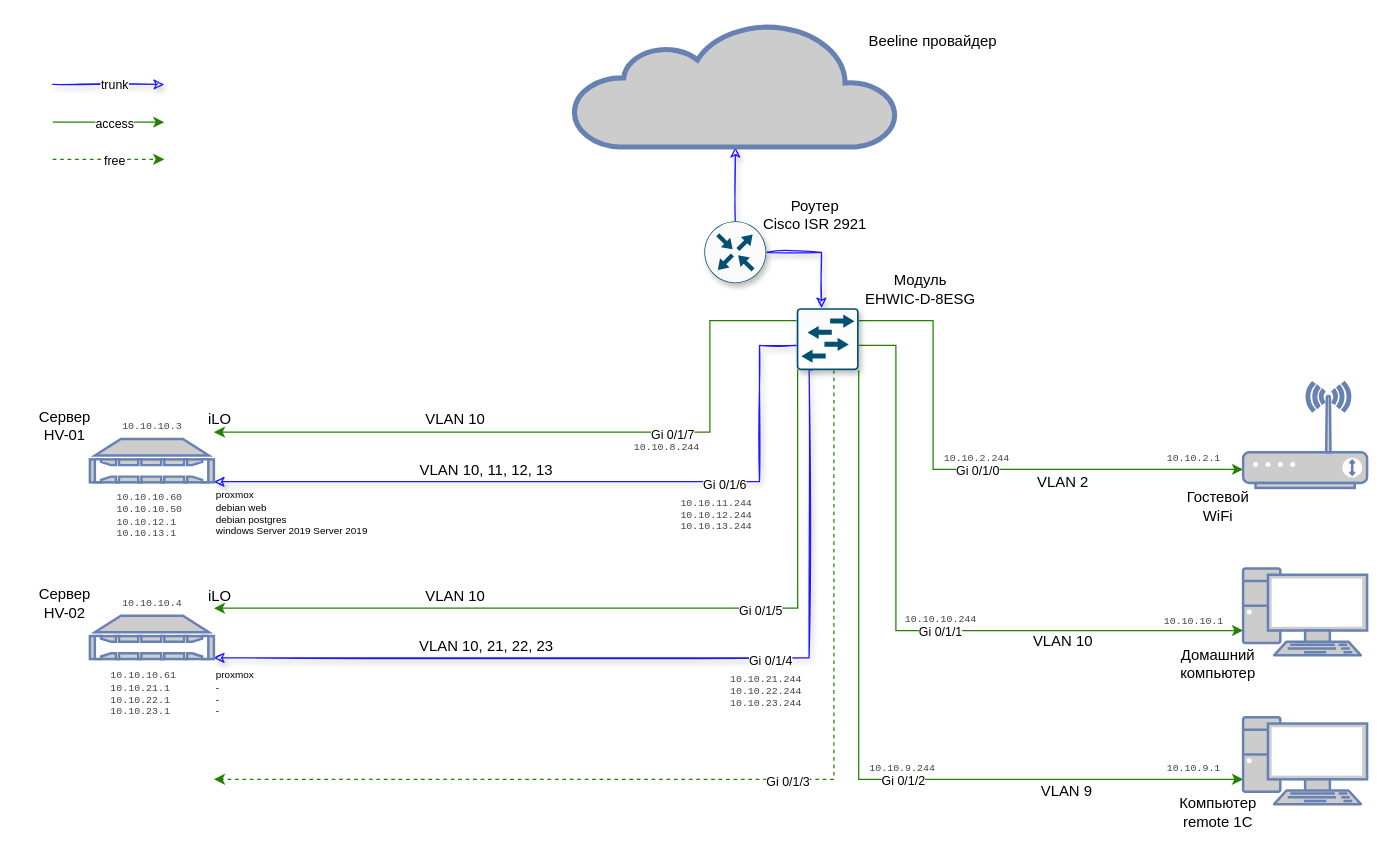
Earlier version of the draw.io diagram data-center-network/DCNetwork.drawio (drakulitka/diagrams). Source tidied: cells renumbered, new cells numbered last; positions are measured from the earlier drawing's top-left corner, leaving out a move shared by most shapes. Both pictures are drawn from the tidied source at 124%, with x=0, y=0 at pixel (21, 22).
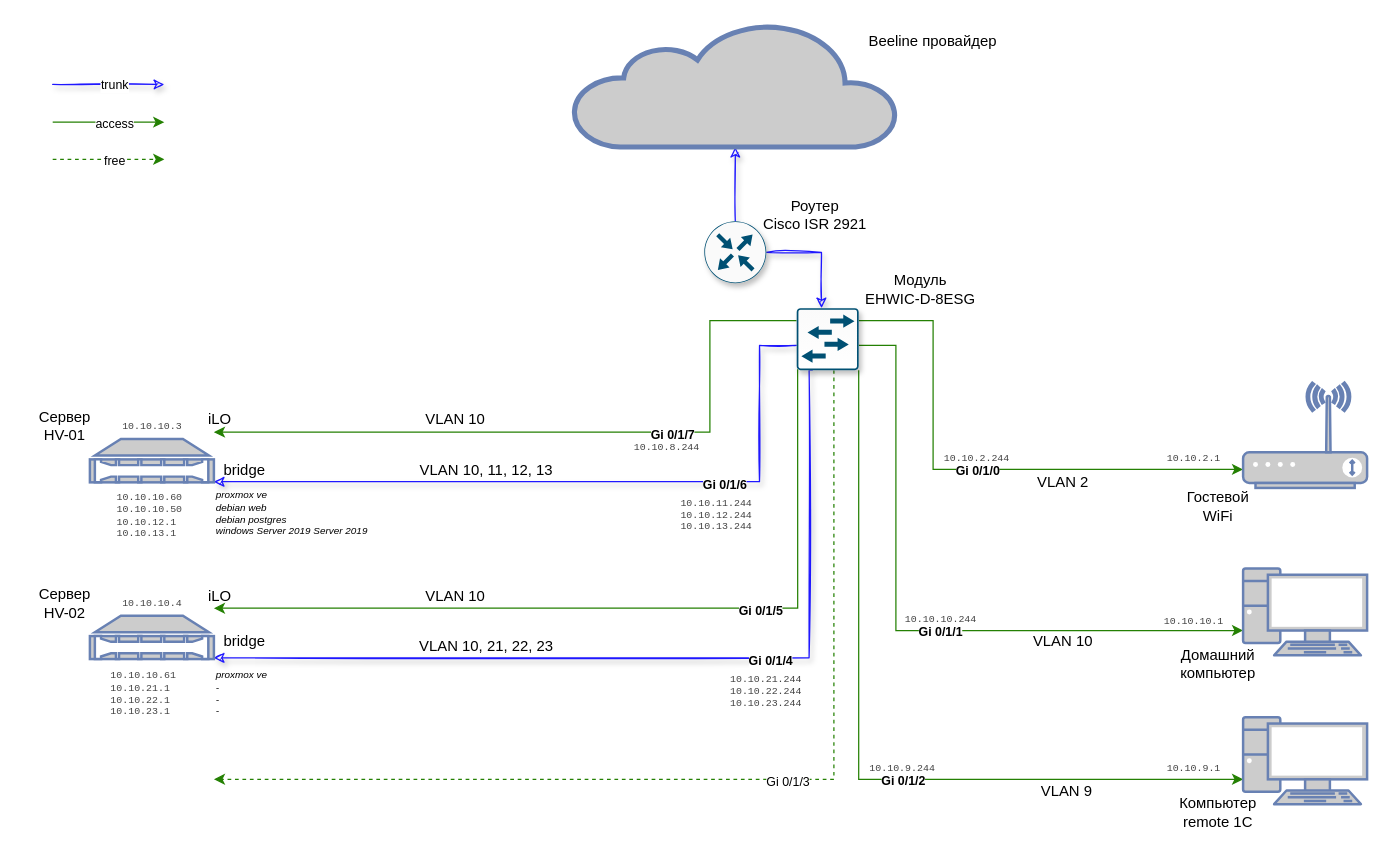
The same page after the edit.

Commit message (it also covers changes not shown here):
pvm bridges added

Unchanged cells that the change refers to:
```xml
<mxCell id="6" style="edgeStyle=orthogonalEdgeStyle;rounded=0;jettySize=auto;html=1;entryX=0;entryY=0.824;entryDx=0;entryDy=0;entryPerimeter=0;strokeColor=#248003;" parent="1" edge="1" source="22" target="28">
  <mxGeometry relative="1" as="geometry">
    <Array as="points">
      <mxPoint x="735" y="240" />
      <mxPoint x="735" y="360" />
    </Array>
  </mxGeometry>
</mxCell>
<mxCell id="8" style="edgeStyle=orthogonalEdgeStyle;rounded=0;jettySize=auto;html=1;entryX=0;entryY=0.714;entryDx=0;entryDy=0;entryPerimeter=0;strokeColor=#248003;" parent="1" edge="1" source="22" target="26">
  <mxGeometry relative="1" as="geometry">
    <Array as="points">
      <mxPoint x="705" y="260" />
      <mxPoint x="705" y="490" />
    </Array>
  </mxGeometry>
</mxCell>
<mxCell id="10" style="edgeStyle=orthogonalEdgeStyle;rounded=0;jettySize=auto;html=1;strokeColor=#248003;" parent="1" edge="1" source="22" target="27">
  <mxGeometry relative="1" as="geometry">
    <Array as="points">
      <mxPoint x="675" y="610" />
    </Array>
  </mxGeometry>
</mxCell>
<mxCell id="12" style="edgeStyle=orthogonalEdgeStyle;rounded=0;jettySize=auto;html=1;strokeColor=#248003;" parent="1" edge="1" source="22">
  <mxGeometry relative="1" as="geometry">
    <mxPoint x="155" y="330" as="targetPoint" />
    <Array as="points">
      <mxPoint x="555" y="240" />
      <mxPoint x="555" y="330" />
    </Array>
  </mxGeometry>
</mxCell>
<mxCell id="14" style="edgeStyle=orthogonalEdgeStyle;rounded=0;jettySize=auto;html=1;strokeColor=#248003;exitX=0.015;exitY=0.985;exitDx=0;exitDy=0;exitPerimeter=0;" parent="1" edge="1" source="22">
  <mxGeometry relative="1" as="geometry">
    <mxPoint x="155" y="472" as="targetPoint" />
    <Array as="points">
      <mxPoint x="626" y="472" />
    </Array>
  </mxGeometry>
</mxCell>
<mxCell id="16" style="edgeStyle=orthogonalEdgeStyle;rounded=0;jettySize=auto;html=1;strokeColor=#1F17FF;shadow=1;sketch=1;" parent="1" edge="1" source="22">
  <mxGeometry relative="1" as="geometry">
    <mxPoint x="155" y="370" as="targetPoint" />
    <Array as="points">
      <mxPoint x="595" y="260" />
      <mxPoint x="595" y="370" />
    </Array>
  </mxGeometry>
</mxCell>
<mxCell id="18" style="edgeStyle=orthogonalEdgeStyle;rounded=0;jettySize=auto;html=1;strokeColor=#1F17FF;shadow=1;sketch=1;exitX=0.25;exitY=1;exitDx=0;exitDy=0;exitPerimeter=0;" parent="1" edge="1" source="22">
  <mxGeometry relative="1" as="geometry">
    <mxPoint x="155" y="512" as="targetPoint" />
    <Array as="points">
      <mxPoint x="635" y="280" />
      <mxPoint x="635" y="512" />
    </Array>
  </mxGeometry>
</mxCell>
```

Diff of the diagram source:
```diff
@@
-    <mxCell id="7" value="&lt;font style=&quot;font-size: 10px&quot;&gt;Gi 0/1/0&lt;/font&gt;" style="edgeLabel;html=1;align=center;verticalAlign=middle;" parent="6" vertex="1">
+    <mxCell id="7" value="&lt;font style=&quot;font-size: 10px&quot;&gt;Gi 0/1/0&lt;/font&gt;" style="edgeLabel;html=1;align=center;verticalAlign=middle;fontStyle=1;" parent="6" vertex="1">
       <mxGeometry x="-0.14" y="-2" relative="1" as="geometry">
         <mxPoint x="31" y="-2" as="offset" />
       </mxGeometry>
     </mxCell>
@@
-    <mxCell id="9" value="&lt;font style=&quot;font-size: 10px&quot;&gt;Gi 0/1/1&lt;/font&gt;" style="edgeLabel;html=1;align=center;verticalAlign=middle;" parent="8" vertex="1">
+    <mxCell id="9" value="&lt;font style=&quot;font-size: 10px&quot;&gt;Gi 0/1/1&lt;/font&gt;" style="edgeLabel;html=1;align=center;verticalAlign=middle;fontStyle=1;" parent="8" vertex="1">
       <mxGeometry y="2" relative="1" as="geometry">
         <mxPoint x="26" y="3" as="offset" />
       </mxGeometry>
     </mxCell>
@@
-    <mxCell id="11" value="&lt;font style=&quot;font-size: 10px&quot;&gt;Gi 0/1/2&lt;/font&gt;" style="edgeLabel;html=1;align=center;verticalAlign=middle;" parent="10" vertex="1">
+    <mxCell id="11" value="&lt;font style=&quot;font-size: 10px&quot;&gt;Gi 0/1/2&lt;/font&gt;" style="edgeLabel;html=1;align=center;verticalAlign=middle;fontStyle=1;" parent="10" vertex="1">
       <mxGeometry x="0.08" y="1" relative="1" as="geometry">
         <mxPoint x="19" y="1" as="offset" />
       </mxGeometry>
     </mxCell>
@@
-    <mxCell id="13" value="&lt;font style=&quot;font-size: 10px&quot;&gt;Gi 0/1/7&lt;/font&gt;" style="edgeLabel;html=1;align=center;verticalAlign=middle;" parent="12" vertex="1">
+    <mxCell id="13" value="&lt;font style=&quot;font-size: 10px&quot;&gt;Gi 0/1/7&lt;/font&gt;" style="edgeLabel;html=1;align=center;verticalAlign=middle;fontStyle=1;" parent="12" vertex="1">
       <mxGeometry x="-0.38" y="1" relative="1" as="geometry">
         <mxPoint x="-17" as="offset" />
       </mxGeometry>
     </mxCell>
@@
-    <mxCell id="15" value="&lt;font style=&quot;font-size: 10px&quot;&gt;Gi 0/1/5&lt;/font&gt;" style="edgeLabel;html=1;align=center;verticalAlign=middle;" parent="14" vertex="1">
+    <mxCell id="15" value="&lt;font style=&quot;font-size: 10px&quot;&gt;Gi 0/1/5&lt;/font&gt;" style="edgeLabel;html=1;align=center;verticalAlign=middle;fontStyle=1;" parent="14" vertex="1">
       <mxGeometry x="-0.17" relative="1" as="geometry">
         <mxPoint x="52" y="1" as="offset" />
       </mxGeometry>
     </mxCell>
@@
-    <mxCell id="17" value="&lt;font style=&quot;font-size: 10px&quot;&gt;Gi 0/1/6&lt;/font&gt;" style="edgeLabel;html=1;align=center;verticalAlign=middle;" parent="16" vertex="1">
+    <mxCell id="17" value="&lt;font style=&quot;font-size: 10px&quot;&gt;Gi 0/1/6&lt;/font&gt;" style="edgeLabel;html=1;align=center;verticalAlign=middle;fontStyle=1;" parent="16" vertex="1">
       <mxGeometry x="-0.38" y="2" relative="1" as="geometry">
         <mxPoint x="11" y="-1" as="offset" />
       </mxGeometry>
     </mxCell>
@@
-    <mxCell id="19" value="&lt;font style=&quot;font-size: 10px&quot;&gt;Gi 0/1/4&lt;/font&gt;" style="edgeLabel;html=1;align=center;verticalAlign=middle;" parent="18" vertex="1">
+    <mxCell id="19" value="&lt;font style=&quot;font-size: 10px&quot;&gt;Gi 0/1/4&lt;/font&gt;" style="edgeLabel;html=1;align=center;verticalAlign=middle;fontStyle=1;" parent="18" vertex="1">
       <mxGeometry x="-0.1" y="1" relative="1" as="geometry">
         <mxPoint x="56" as="offset" />
       </mxGeometry>
     </mxCell>
@@
-    <mxCell id="64" value="&lt;div style=&quot;font-size: 8px&quot; align=&quot;left&quot;&gt;&lt;font style=&quot;font-size: 8px&quot;&gt;proxmox&lt;br&gt;&lt;/font&gt;&lt;/div&gt;&lt;div style=&quot;font-size: 8px&quot; align=&quot;left&quot;&gt;&lt;div style=&quot;font-size: 8px&quot;&gt;&lt;font style=&quot;font-size: 8px&quot;&gt;debian web&lt;/font&gt;&lt;/div&gt;&lt;div style=&quot;font-size: 8px&quot;&gt;&lt;font style=&quot;font-size: 8px&quot;&gt;debian postgres &lt;br&gt;&lt;/font&gt;&lt;/div&gt;&lt;div style=&quot;font-size: 8px&quot;&gt;&lt;font style=&quot;font-size: 8px&quot;&gt;windows Server 2019 Server 2019&lt;span style=&quot;font-family: &amp;#34;source code pro&amp;#34; , monospace ; color: rgb(66 , 66 , 66) ; background-color: transparent ; font-weight: 400 ; font-style: normal ; font-variant: normal ; text-decoration: none ; vertical-align: baseline&quot; id=&quot;docs-internal-guid-bd31c3f7-7fff-add3-67a0-b06b6ec8103c&quot;&gt;&lt;/span&gt;&lt;/font&gt;&lt;/div&gt;&lt;/div&gt;" style="text;html=1;align=left;verticalAlign=middle;strokeColor=none;fillColor=none;fontSize=10;" parent="1" vertex="1">
+    <mxCell id="64" value="&lt;div style=&quot;font-size: 8px&quot; align=&quot;left&quot;&gt;&lt;font style=&quot;font-size: 8px&quot;&gt;proxmox ve&lt;br&gt;&lt;/font&gt;&lt;/div&gt;&lt;div style=&quot;font-size: 8px&quot; align=&quot;left&quot;&gt;&lt;div style=&quot;font-size: 8px&quot;&gt;&lt;font style=&quot;font-size: 8px&quot;&gt;debian web&lt;/font&gt;&lt;/div&gt;&lt;div style=&quot;font-size: 8px&quot;&gt;&lt;font style=&quot;font-size: 8px&quot;&gt;debian postgres &lt;br&gt;&lt;/font&gt;&lt;/div&gt;&lt;div style=&quot;font-size: 8px&quot;&gt;&lt;font style=&quot;font-size: 8px&quot;&gt;windows Server 2019 Server 2019&lt;span style=&quot;font-family: &amp;#34;source code pro&amp;#34; , monospace ; color: rgb(66 , 66 , 66) ; background-color: transparent ; font-weight: 400 ; font-variant: normal ; text-decoration: none ; vertical-align: baseline&quot; id=&quot;docs-internal-guid-bd31c3f7-7fff-add3-67a0-b06b6ec8103c&quot;&gt;&lt;/span&gt;&lt;/font&gt;&lt;/div&gt;&lt;/div&gt;" style="text;html=1;align=left;verticalAlign=middle;strokeColor=none;fillColor=none;fontSize=10;fontStyle=2;" parent="1" vertex="1">
       <mxGeometry x="155" y="366" width="140" height="60" as="geometry" />
     </mxCell>
-    <mxCell id="65" value="&lt;div style=&quot;font-size: 8px&quot; align=&quot;left&quot;&gt;&lt;font style=&quot;font-size: 8px&quot;&gt;proxmox&lt;br&gt;&lt;/font&gt;&lt;/div&gt;&lt;div style=&quot;font-size: 8px&quot; align=&quot;left&quot;&gt;&lt;div style=&quot;font-size: 8px&quot;&gt;&lt;font style=&quot;font-size: 8px&quot;&gt;-&lt;/font&gt;&lt;/div&gt;&lt;div style=&quot;font-size: 8px&quot;&gt;&lt;font style=&quot;font-size: 8px&quot;&gt;-&lt;br&gt;&lt;/font&gt;&lt;/div&gt;&lt;div style=&quot;font-size: 8px&quot;&gt;&lt;font style=&quot;font-size: 8px&quot;&gt;-&lt;span style=&quot;font-family: &amp;#34;source code pro&amp;#34; , monospace ; color: rgb(66 , 66 , 66) ; background-color: transparent ; font-weight: 400 ; font-style: normal ; font-variant: normal ; text-decoration: none ; vertical-align: baseline&quot; id=&quot;docs-internal-guid-bd31c3f7-7fff-add3-67a0-b06b6ec8103c&quot;&gt;&lt;/span&gt;&lt;/font&gt;&lt;/div&gt;&lt;/div&gt;" style="text;html=1;align=left;verticalAlign=middle;strokeColor=none;fillColor=none;fontSize=10;" parent="1" vertex="1">
-      <mxGeometry x="155" y="511" width="50" height="60" as="geometry" />
+    <mxCell id="65" value="&lt;div style=&quot;font-size: 8px&quot; align=&quot;left&quot;&gt;&lt;font style=&quot;font-size: 8px&quot;&gt;proxmox ve&lt;br&gt;&lt;/font&gt;&lt;/div&gt;&lt;div style=&quot;font-size: 8px&quot; align=&quot;left&quot;&gt;&lt;div style=&quot;font-size: 8px&quot;&gt;&lt;font style=&quot;font-size: 8px&quot;&gt;-&lt;/font&gt;&lt;/div&gt;&lt;div style=&quot;font-size: 8px&quot;&gt;&lt;font style=&quot;font-size: 8px&quot;&gt;-&lt;br&gt;&lt;/font&gt;&lt;/div&gt;&lt;div style=&quot;font-size: 8px&quot;&gt;&lt;font style=&quot;font-size: 8px&quot;&gt;-&lt;span style=&quot;font-family: &amp;#34;source code pro&amp;#34; , monospace ; color: rgb(66 , 66 , 66) ; background-color: transparent ; font-weight: 400 ; font-variant: normal ; text-decoration: none ; vertical-align: baseline&quot; id=&quot;docs-internal-guid-bd31c3f7-7fff-add3-67a0-b06b6ec8103c&quot;&gt;&lt;/span&gt;&lt;/font&gt;&lt;/div&gt;&lt;/div&gt;" style="text;html=1;align=left;verticalAlign=middle;strokeColor=none;fillColor=none;fontSize=10;fontStyle=2;" parent="1" vertex="1">
+      <mxGeometry x="155" y="511" width="60" height="60" as="geometry" />
     </mxCell>
+    <mxCell id="66" value="bridge" style="text;html=1;strokeColor=none;fillColor=none;align=center;verticalAlign=middle;whiteSpace=wrap;rounded=0;" parent="1" vertex="1">
+      <mxGeometry x="155" y="350.5" width="50" height="20" as="geometry" />
+    </mxCell>
+    <mxCell id="67" value="bridge" style="text;html=1;strokeColor=none;fillColor=none;align=center;verticalAlign=middle;whiteSpace=wrap;rounded=0;" parent="1" vertex="1">
+      <mxGeometry x="155" y="489" width="50" height="20" as="geometry" />
+    </mxCell>
```
